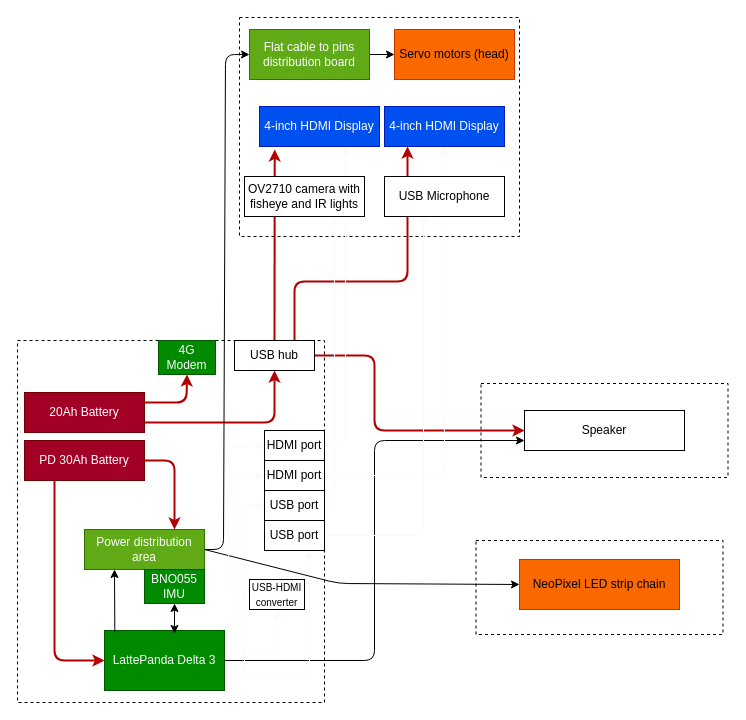
Above: Planning/Hardware.drawio in MekhyW/DYNAMO-Electronic_Fursuit-2.0 (draw.io), before the change. Source tidied: cells renumbered, new cells numbered last; positions are measured from the earlier drawing's top-left corner, leaving out a move shared by most shapes. Both pictures are drawn from the tidied source at 100%, with x=0, y=0 at pixel (17, 17).
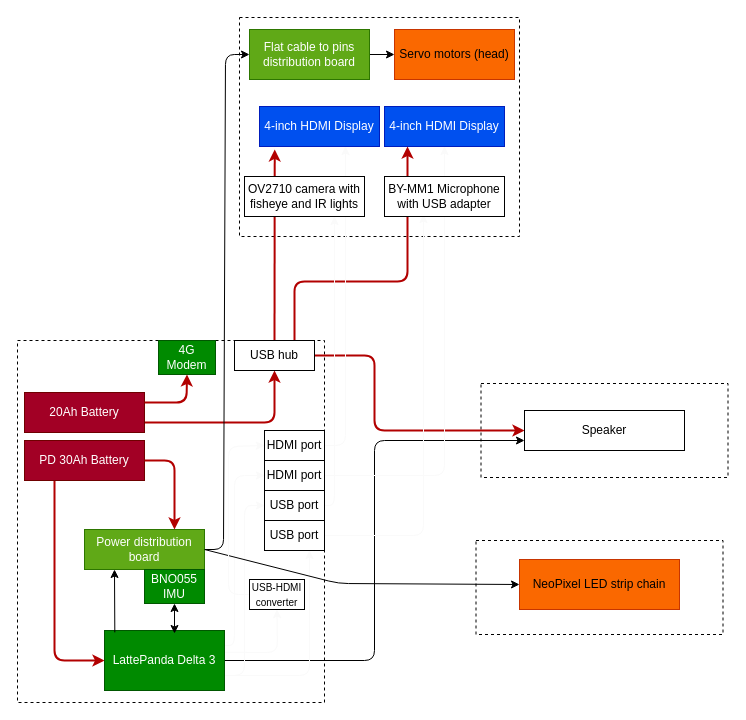
The same diagram, later.

Diff of the diagram source:
```diff
@@
-    <mxCell id="21" value="Power distribution area" style="rounded=0;whiteSpace=wrap;html=1;fillColor=#60a917;fontColor=#ffffff;strokeColor=#2D7600;" parent="1" vertex="1">
+    <mxCell id="21" value="Power distribution board" style="rounded=0;whiteSpace=wrap;html=1;fillColor=#60a917;fontColor=#ffffff;strokeColor=#2D7600;" parent="1" vertex="1">
       <mxGeometry x="67" y="512" width="120" height="40" as="geometry" />
     </mxCell>
@@
-    <mxCell id="42" value="USB Microphone" style="rounded=0;whiteSpace=wrap;html=1;" parent="1" vertex="1">
+    <mxCell id="42" value="BY-MM1 Microphone with USB adapter" style="rounded=0;whiteSpace=wrap;html=1;" parent="1" vertex="1">
       <mxGeometry x="367" y="159" width="120" height="40" as="geometry" />
     </mxCell>
```
